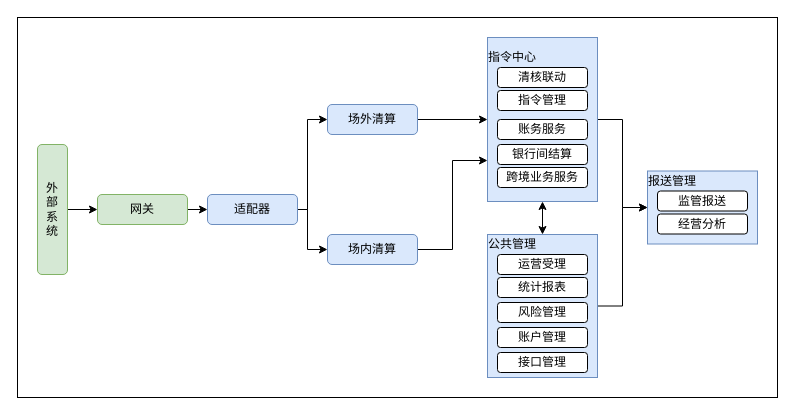
Before: 托管架构部署.drawio in wuchenxi123/draw, a draw.io diagram. Source tidied: cells renumbered, new cells numbered last; positions are measured from the earlier drawing's top-left corner, leaving out a move shared by most shapes. Both pictures are drawn from the tidied source at 100%, with x=0, y=0 at pixel (17, 17).
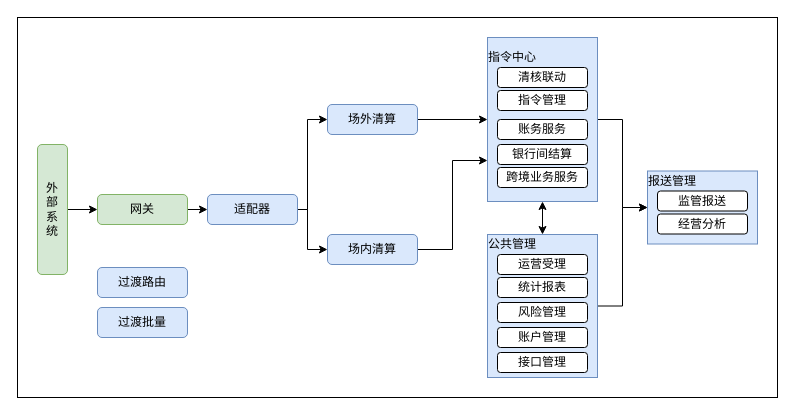
The same page after the edit.

Commit message:
托管架构部署.drawio

What changed in the source:
```diff
@@
+    <mxCell id="35" value="过渡路由" style="rounded=1;whiteSpace=wrap;html=1;fillColor=#dae8fc;strokeColor=#6c8ebf;" parent="1" vertex="1">
+      <mxGeometry x="80" y="250" width="90" height="30" as="geometry" />
+    </mxCell>
+    <mxCell id="36" value="过渡批量" style="rounded=1;whiteSpace=wrap;html=1;fillColor=#dae8fc;strokeColor=#6c8ebf;" parent="1" vertex="1">
+      <mxGeometry x="80" y="290" width="90" height="30" as="geometry" />
+    </mxCell>
```
